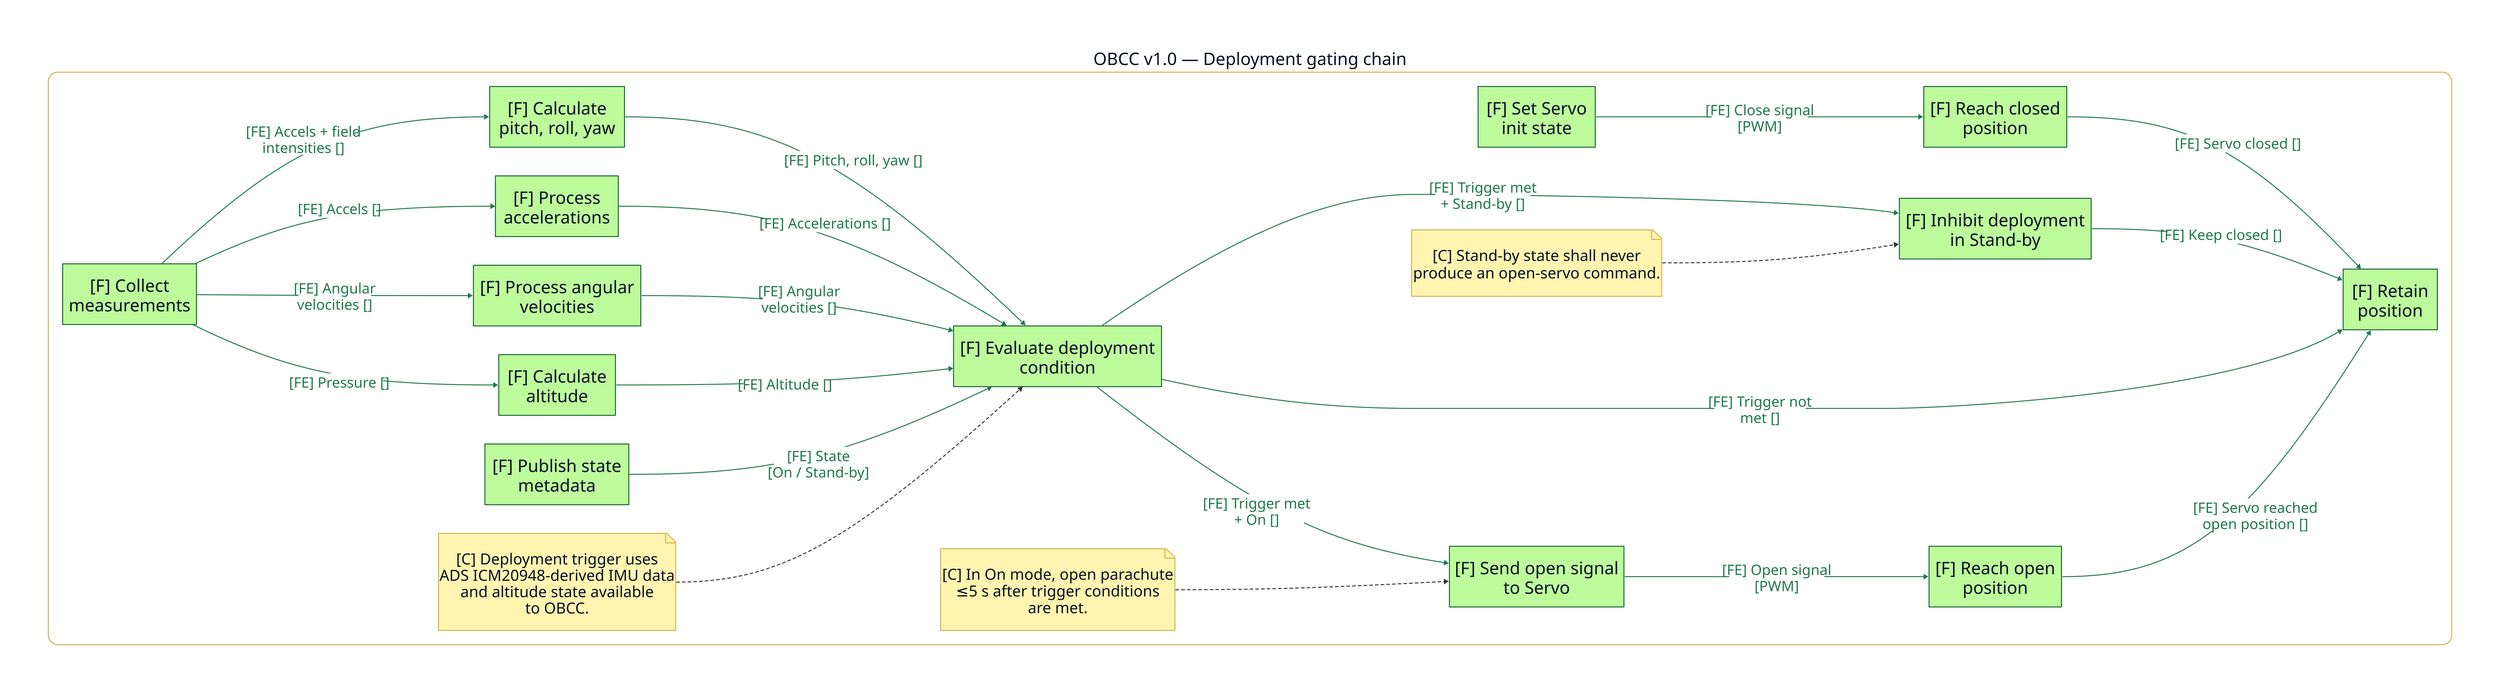
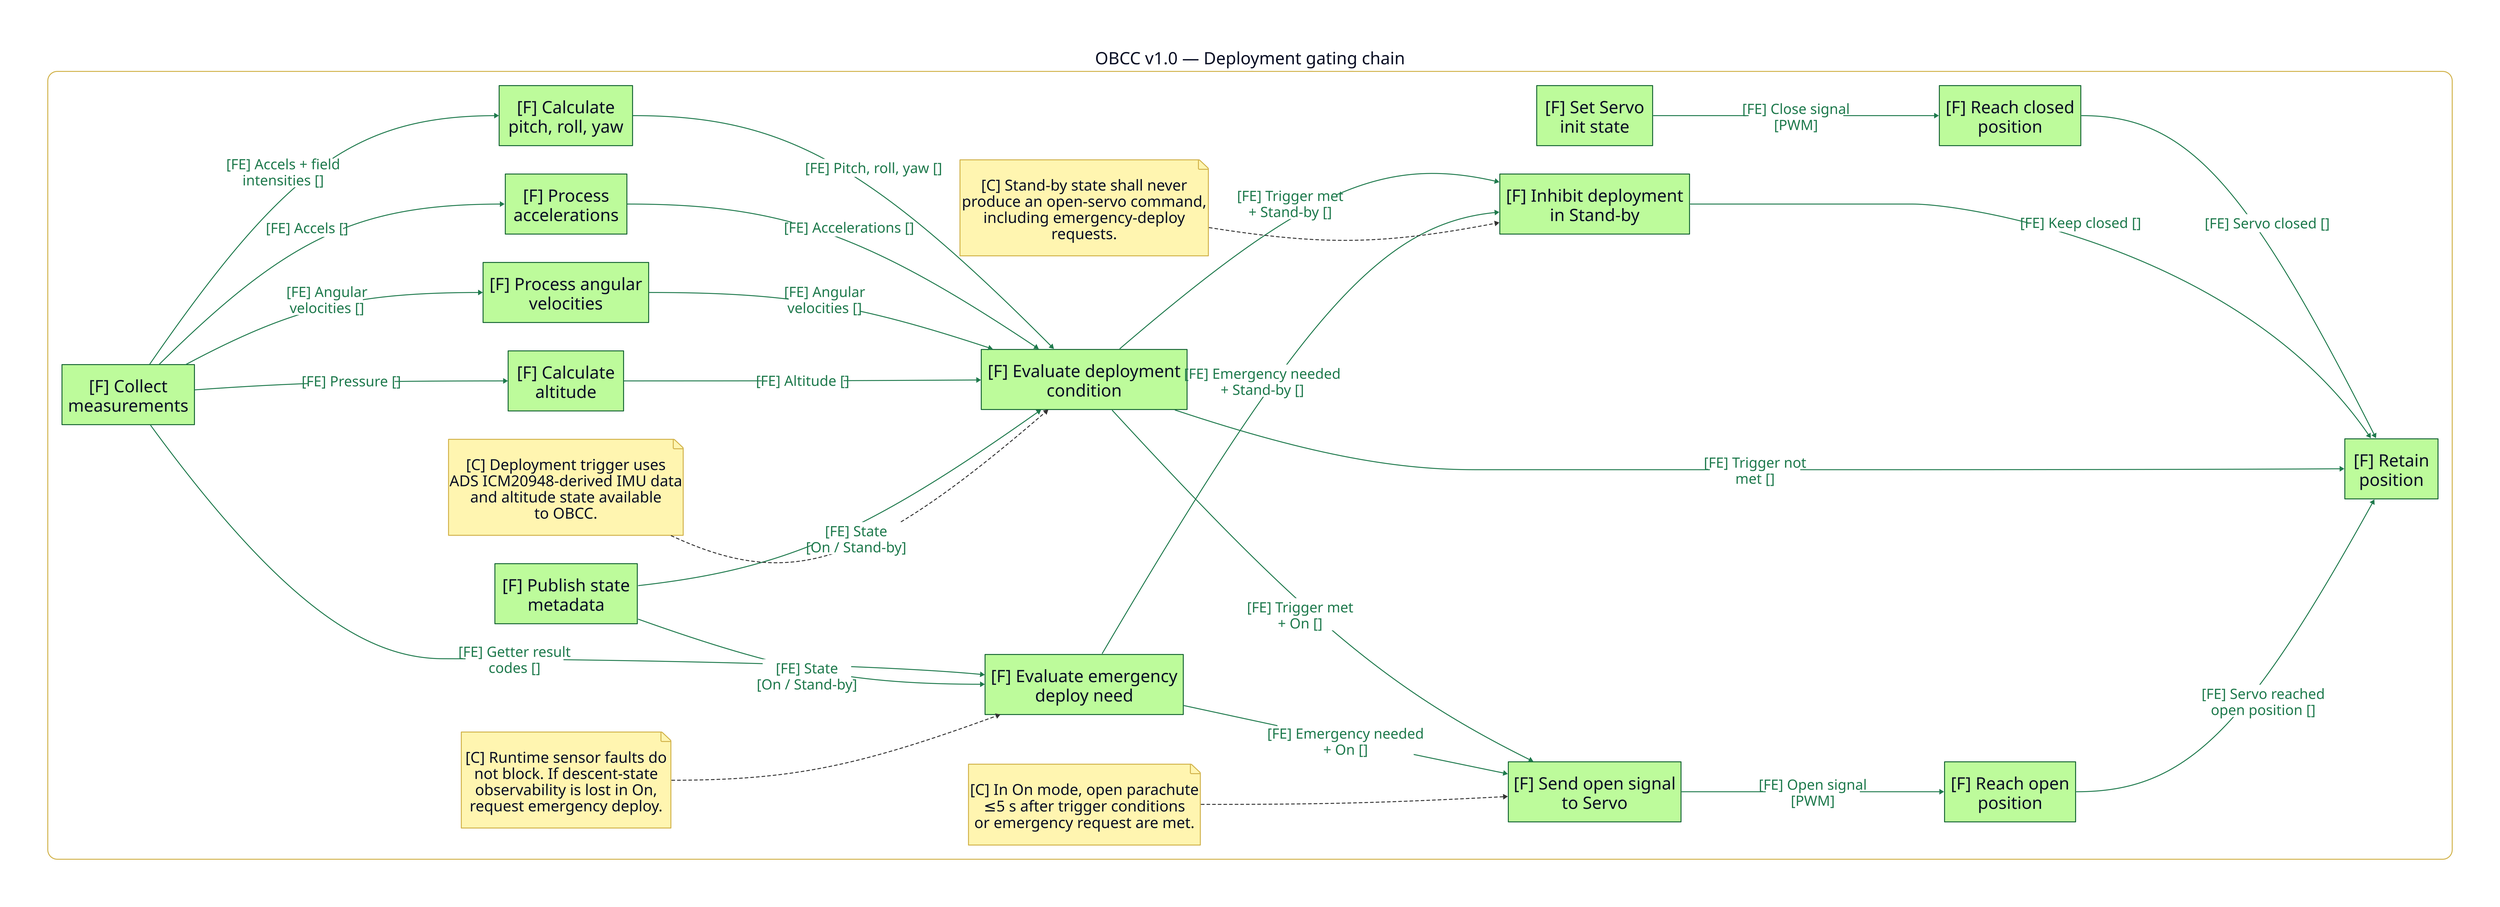
vars: {
  d2-config: {
    layout-engine: elk
  }
}

- # Functional chain: OBCC deployment decision, Stand-by inhibition, and servo command.
+ # Functional chain: OBCC normal/emergency deployment decision, Stand-by inhibition, and servo command.
direction: right

classes: {
  func: {
    shape: rectangle
    style: { fill: "#BDFB9B"; stroke: "#166534"; stroke-width: 2; font-size: 36 }
  }
  lc: {
    style: {
      fill: "#A9C7E6"; stroke: "#5B65C9"; stroke-width: 2
      border-radius: 20; font-size: 40
    }
  }
  pc: {
    style: { fill: "#FFF8BF"; stroke: "#D1B24A"; stroke-width: 2; font-size: 40 }
  }
  sys: {
    style: { fill: "#E6E6E6"; stroke: "#9A9A9A"; stroke-width: 2; font-size: 48 }
  }
  ea: {
    shape: rectangle
    style: {
      fill: "#BFEAF4"; stroke: "#5B65C9"; stroke-width: 2
      border-radius: 20; font-size: 40
    }
  }
  note: { style: { fill: "#FFF5B0"; stroke: "#D1B24A"; font-size: 32 } }
  chain: {
    style: {
      fill: "#FFFFFF"; stroke: "#D1B24A"; stroke-width: 2
      border-radius: 20; font-size: 36
    }
  }
  fe:   { style: { stroke: "#1F7A4D"; font-color: "#1F7A4D"; stroke-width: 2; font-size: 30 } }
  ce:   { style: { stroke: "#5B65C9"; font-color: "#5B65C9"; stroke-width: 2; font-size: 30 } }
  pl:   { style: { stroke: "#E11D28"; font-color: "#E11D28"; stroke-width: 2; font-size: 30 } }
  cstr: { style: { stroke: "#333333"; stroke-dash: 3; font-size: 26 } }
}

chain: "OBCC v1.0 — Deployment gating chain" {
  class: chain
  direction: right

  set_servo_init_state: "[F] Set Servo\ninit state" { class: func }
  reach_closed_position: "[F] Reach closed\nposition" { class: func }
  collect_measurements: "[F] Collect\nmeasurements" { class: func }
  calculate_pitch_roll_yaw: "[F] Calculate\npitch, roll, yaw" { class: func }
  process_accelerations: "[F] Process\naccelerations" { class: func }
  process_angular_velocities: "[F] Process angular\nvelocities" { class: func }
  calculate_altitude: "[F] Calculate\naltitude" { class: func }
  publish_state_metadata: "[F] Publish state\nmetadata" { class: func }
  evaluate_deployment_condition: "[F] Evaluate deployment\ncondition" { class: func }
+   evaluate_emergency_deploy_need: "[F] Evaluate emergency\ndeploy need" { class: func }
  inhibit_deployment_in_standby: "[F] Inhibit deployment\nin Stand-by" { class: func }
  send_open_signal_to_servo: "[F] Send open signal\nto Servo" { class: func }
  reach_open_position: "[F] Reach open\nposition" { class: func }
  retain_position: "[F] Retain\nposition" { class: func }

  note_trigger: "[C] Deployment trigger uses\nADS ICM20948-derived IMU data\nand altitude state available\nto OBCC." {
    class: note
    shape: page
  }

-   note_standby: "[C] Stand-by state shall never\nproduce an open-servo command." {
+   note_standby: "[C] Stand-by state shall never\nproduce an open-servo command,\nincluding emergency-deploy\nrequests." {
    class: note
    shape: page
  }

-   note_deadline: "[C] In On mode, open parachute\n≤5 s after trigger conditions\nare met." {
+   note_emergency: "[C] Runtime sensor faults do\nnot block. If descent-state\nobservability is lost in On,\nrequest emergency deploy." {
+     class: note
+     shape: page
+   }
+ 
+   note_deadline: "[C] In On mode, open parachute\n≤5 s after trigger conditions\nor emergency request are met." {
    class: note
    shape: page
  }
}

chain.set_servo_init_state -> chain.reach_closed_position: "[FE] Close signal\n[PWM]" { class: fe }
chain.reach_closed_position -> chain.retain_position: "[FE] Servo closed []" { class: fe }

chain.collect_measurements -> chain.calculate_pitch_roll_yaw: "[FE] Accels + field\nintensities []" { class: fe }
chain.collect_measurements -> chain.process_accelerations: "[FE] Accels []" { class: fe }
chain.collect_measurements -> chain.process_angular_velocities: "[FE] Angular\nvelocities []" { class: fe }
chain.collect_measurements -> chain.calculate_altitude: "[FE] Pressure []" { class: fe }
+ chain.collect_measurements -> chain.evaluate_emergency_deploy_need: "[FE] Getter result\ncodes []" { class: fe }
chain.calculate_pitch_roll_yaw -> chain.evaluate_deployment_condition: "[FE] Pitch, roll, yaw []" { class: fe }
chain.process_accelerations -> chain.evaluate_deployment_condition: "[FE] Accelerations []" { class: fe }
chain.process_angular_velocities -> chain.evaluate_deployment_condition: "[FE] Angular\nvelocities []" { class: fe }
chain.calculate_altitude -> chain.evaluate_deployment_condition: "[FE] Altitude []" { class: fe }
chain.publish_state_metadata -> chain.evaluate_deployment_condition: "[FE] State\n[On / Stand-by]" { class: fe }
+ chain.publish_state_metadata -> chain.evaluate_emergency_deploy_need: "[FE] State\n[On / Stand-by]" { class: fe }
chain.evaluate_deployment_condition -> chain.inhibit_deployment_in_standby: "[FE] Trigger met\n+ Stand-by []" { class: fe }
+ chain.evaluate_emergency_deploy_need -> chain.inhibit_deployment_in_standby: "[FE] Emergency needed\n+ Stand-by []" { class: fe }
chain.inhibit_deployment_in_standby -> chain.retain_position: "[FE] Keep closed []" { class: fe }
chain.evaluate_deployment_condition -> chain.send_open_signal_to_servo: "[FE] Trigger met\n+ On []" { class: fe }
+ chain.evaluate_emergency_deploy_need -> chain.send_open_signal_to_servo: "[FE] Emergency needed\n+ On []" { class: fe }
chain.evaluate_deployment_condition -> chain.retain_position: "[FE] Trigger not\nmet []" { class: fe }
chain.send_open_signal_to_servo -> chain.reach_open_position: "[FE] Open signal\n[PWM]" { class: fe }
chain.reach_open_position -> chain.retain_position: "[FE] Servo reached\nopen position []" { class: fe }

chain.note_trigger -> chain.evaluate_deployment_condition { class: cstr }
chain.note_standby -> chain.inhibit_deployment_in_standby { class: cstr }
+ chain.note_emergency -> chain.evaluate_emergency_deploy_need { class: cstr }
chain.note_deadline -> chain.send_open_signal_to_servo { class: cstr }
